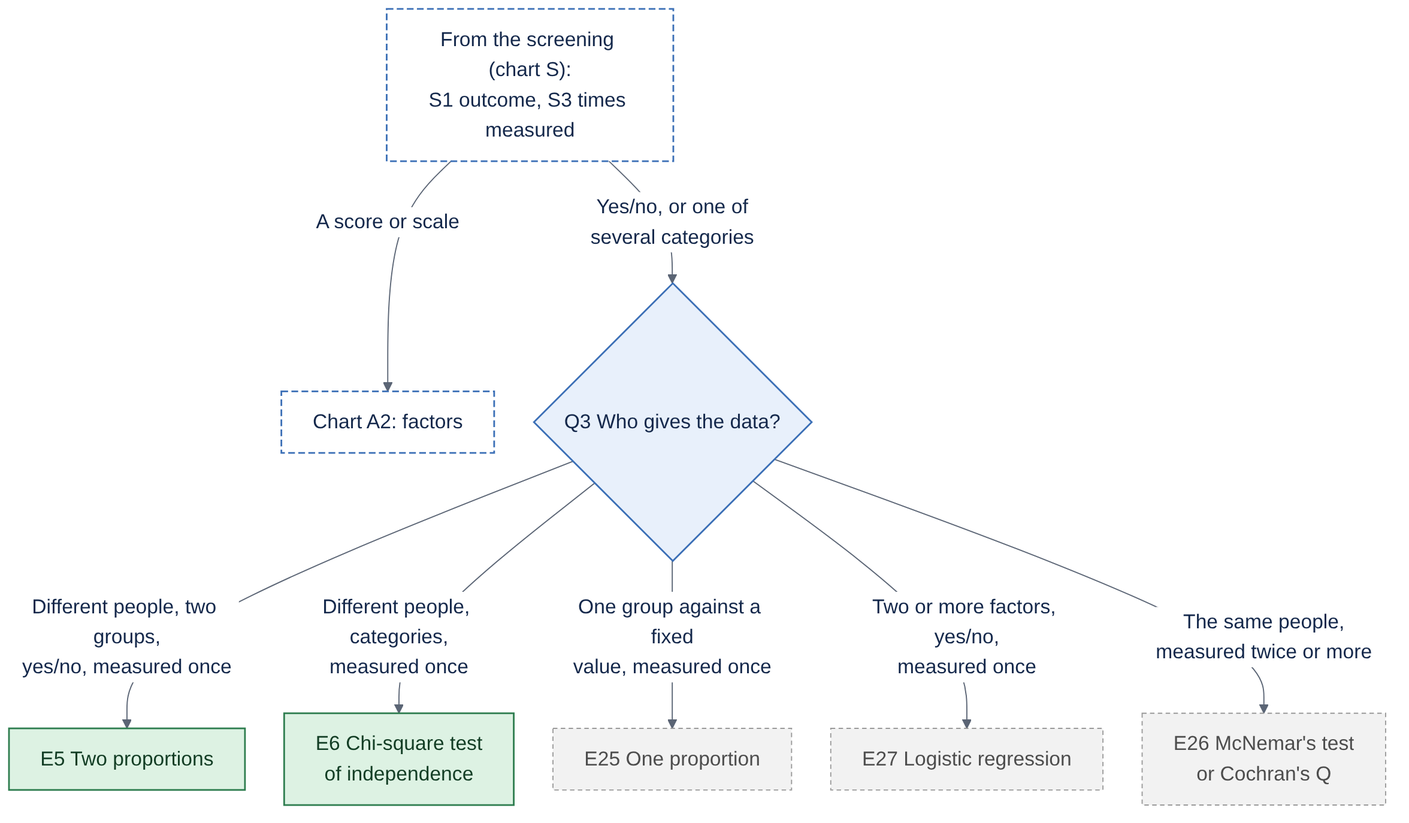
This is docs/figures/decision-tree/A1-difference-outcome.png from JoelThornton/Powerkit, a Mermaid export, as it was before one commit. Its source is kept beside it as docs/figures/decision-tree/A1-difference-outcome.mmd.
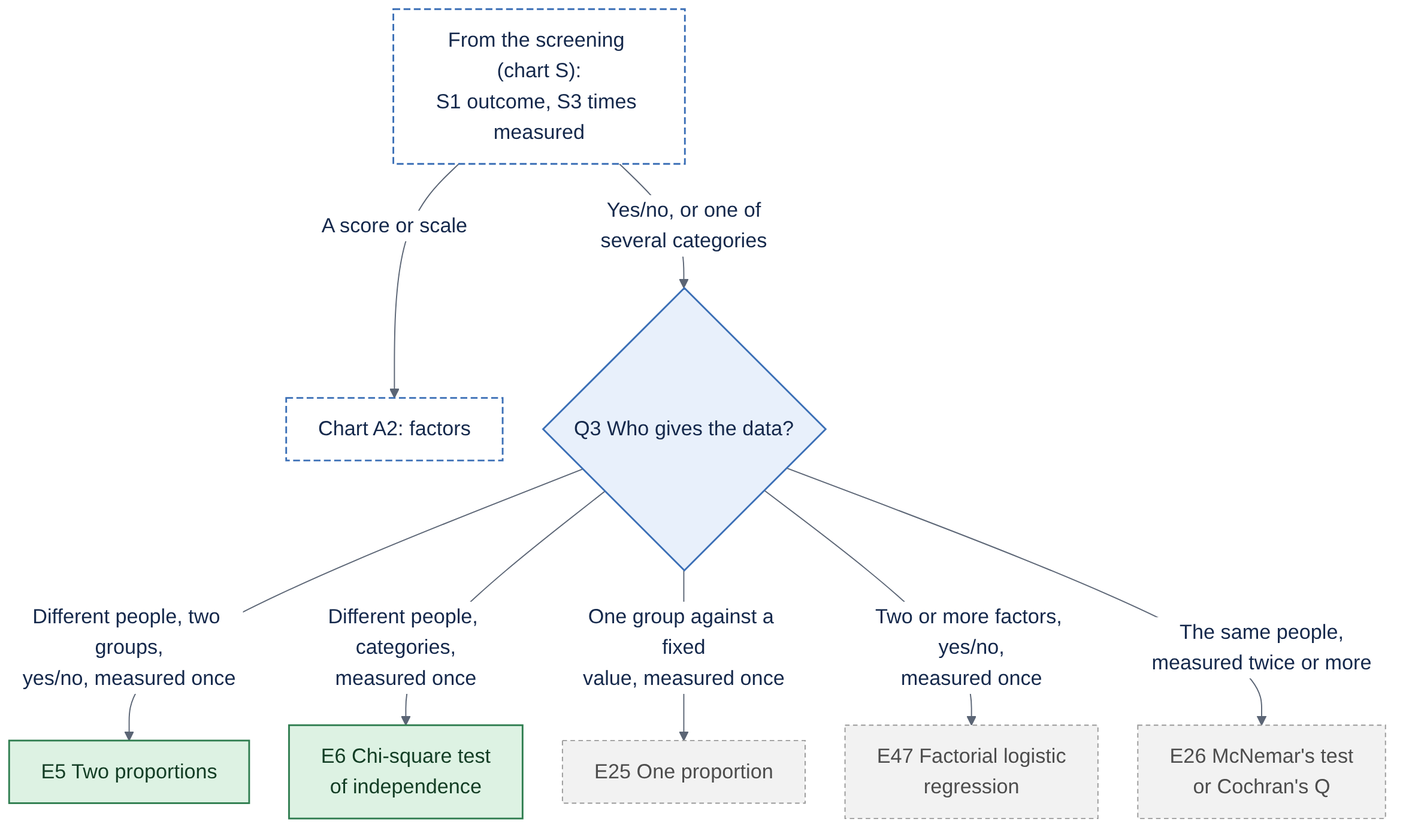
Above is the later version.

The edit, as a diff of the source:
```diff
@@ -5,11 +5,11 @@
   Q3y -->|Different people, two groups,<br/>yes/no, measured once| E5["E5 Two proportions"]
   Q3y -->|Different people, categories,<br/>measured once| E6["E6 Chi-square test<br/>of independence"]
   Q3y -->|One group against a fixed<br/>value, measured once| E25["E25 One proportion"]
-  Q3y -->|Two or more factors, yes/no,<br/>measured once| E27["E27 Logistic regression"]
+  Q3y -->|Two or more factors, yes/no,<br/>measured once| E47["E47 Factorial logistic<br/>regression"]
   Q3y -->|The same people,<br/>measured twice or more| E26["E26 McNemar's test<br/>or Cochran's Q"]
   class Q3y q
   class E5,E6 avail
-  class E25,E26,E27 later
+  class E25,E26,E47 later
   class S,A2 jump
   classDef q fill:#E8F0FB,stroke:#3B6FB6,color:#14284B,stroke-width:1.5px
   classDef avail fill:#DDF2E3,stroke:#2E7D4F,color:#123D24,stroke-width:1.5px
```
